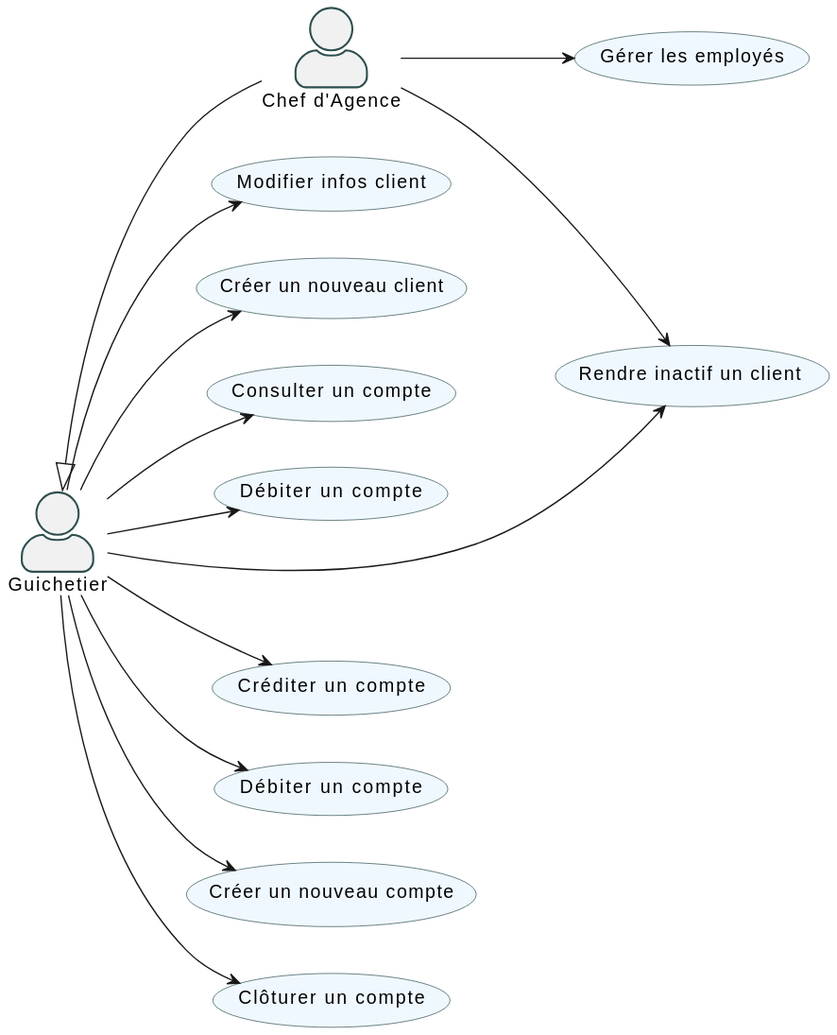
Above: documentation/Images_doc_tec_v1/diagramme_uc.svg in IUT-Blagnac/sae2022-bank-2b02 (PlantUML), before the change. Source of this version:
```plantuml
@startuml
left to right direction

skinparam actorStyle awesome
left to right direction

skinparam usecase {
	BackgroundColor AliceBlue
	BorderColor DarkSlateGray
}

skinparam actor {
	BorderColor DarkSlateGray
}

skinparam agent {
	BorderColor DarkSlateGray
}


:Chef d'Agence: as 1
Guichetier <|-- 1
(Modifier infos client) as 2
(Créer un nouveau client) as 3
(Consulter un compte) as 4
(Débiter un compte) as 5
(Rendre inactif un client ) as 6
(Créditer un compte) as 7
(Débiter un compte) as 8
(Créer un nouveau compte) as 9
(Effectuer un virement de compte à compte) as 10
(Clôturer un compte) as 10
(Gérer les employés) as 11

Guichetier --> 2
Guichetier --> 3
Guichetier --> 4
Guichetier --> 5
Guichetier --> 6
Guichetier --> 7
Guichetier --> 8
Guichetier --> 9
Guichetier --> 10


1 --> 6
1 --> 11
@enduml
```
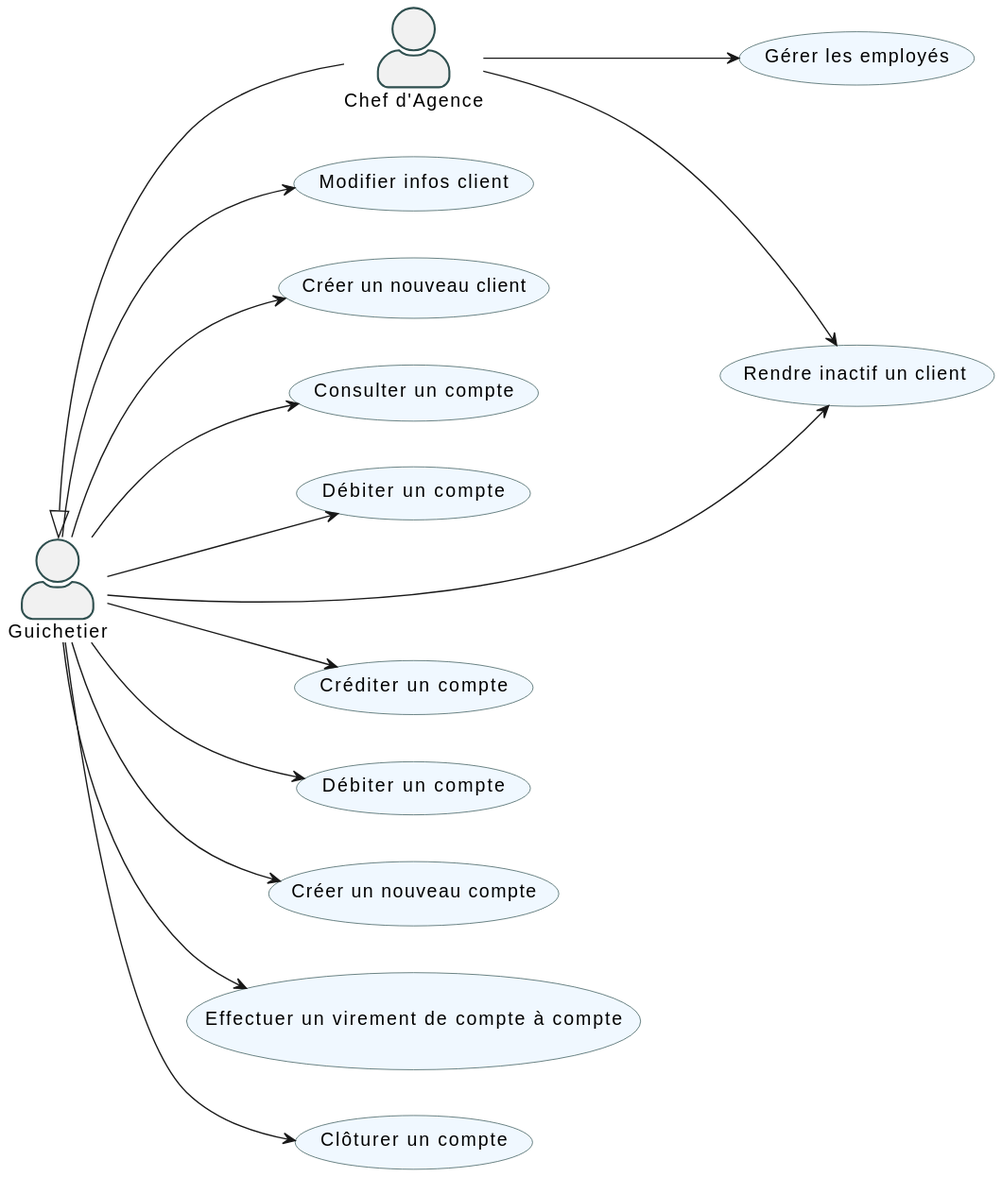
The same file after the commit.

Change to the diagram source:
```diff
@@ -29,8 +29,8 @@
 (Débiter un compte) as 8
 (Créer un nouveau compte) as 9
 (Effectuer un virement de compte à compte) as 10
-(Clôturer un compte) as 10
-(Gérer les employés) as 11
+(Clôturer un compte) as 11
+(Gérer les employés) as 12
 
 Guichetier --> 2
 Guichetier --> 3
@@ -41,8 +41,8 @@
 Guichetier --> 8
 Guichetier --> 9
 Guichetier --> 10
-
+Guichetier --> 11
 
 1 --> 6
-1 --> 11
+1 --> 12
 @enduml
```
